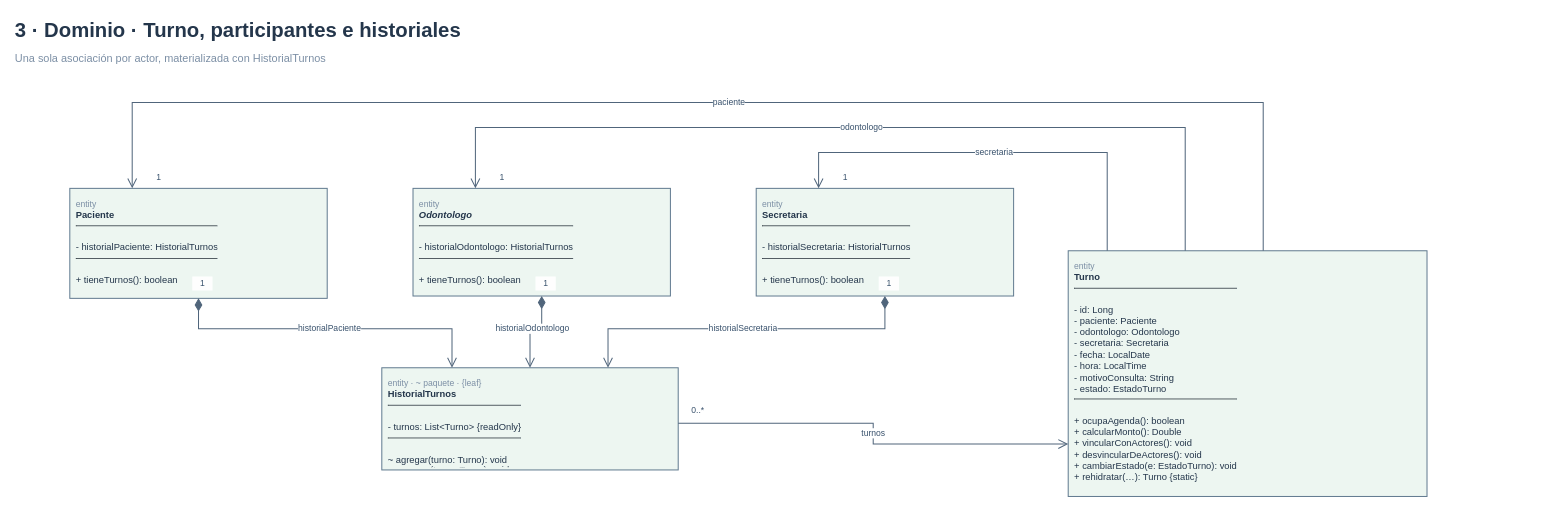
Before: page "3 · Dominio · Turno, participantes e historiales" (3 of 12) of UML/UML_ClinicaOdontologica-GRASP-v4.drawio in bautista00/Proyecto-PDS, a draw.io diagram. Source tidied: cells renumbered, new cells numbered last; positions are measured from the earlier drawing's top-left corner, leaving out a move shared by most shapes. Both pictures are drawn from the tidied source at 78%, with x=0, y=0 at pixel (13, 13).
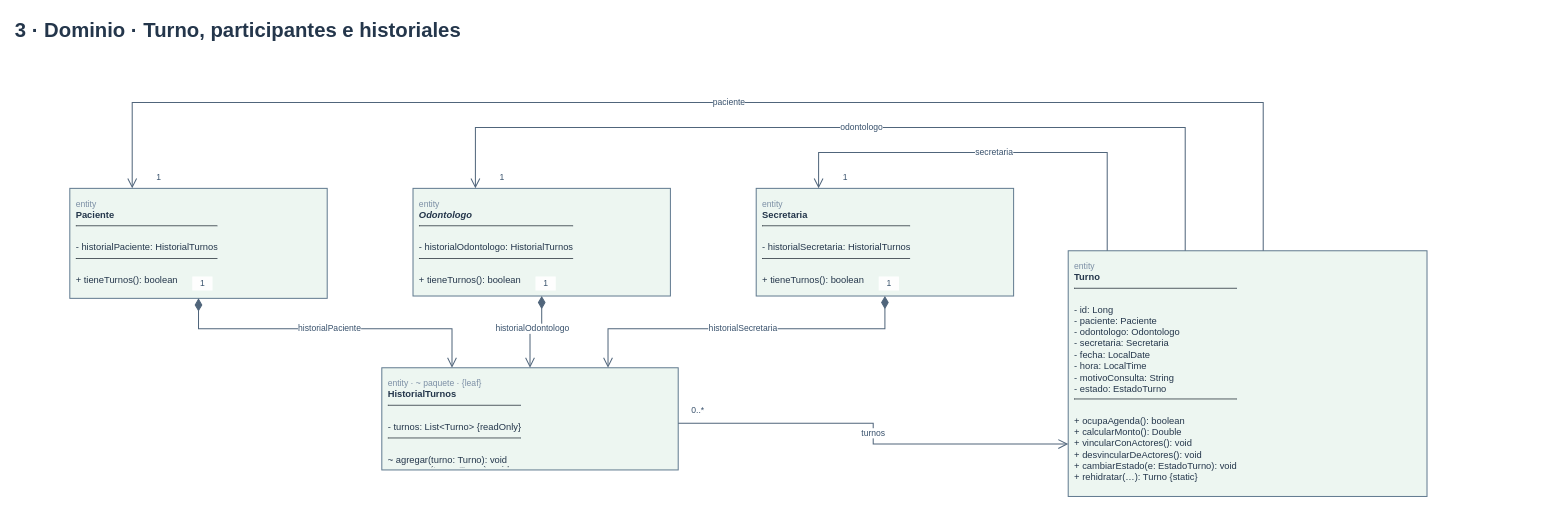
The same page after the edit.

Change to the diagram source:
```diff
@@
-    <mxCell id="2" value="&lt;b&gt;3 · Dominio · Turno, participantes e historiales&lt;/b&gt;&lt;br&gt;&lt;font style=&quot;font-size:14px&quot; color=&quot;#7C8FA5&quot;&gt;Una sola asociación por actor, materializada con HistorialTurnos&lt;/font&gt;" style="text;html=1;align=left;verticalAlign=top;fontFamily=Arial;fontSize=26;fontColor=#24364B;strokeColor=none;fillColor=none;" parent="1" vertex="1">
+    <mxCell id="2" value="&lt;b&gt;3 · Dominio · Turno, participantes e historiales&lt;/b&gt;&lt;div&gt;&lt;br/&gt;&lt;/div&gt;" style="text;html=1;align=left;verticalAlign=top;fontFamily=Arial;fontSize=26;fontColor=#24364B;strokeColor=none;fillColor=none;" parent="1" vertex="1">
       <mxGeometry width="1964" height="58" as="geometry" />
     </mxCell>
```
